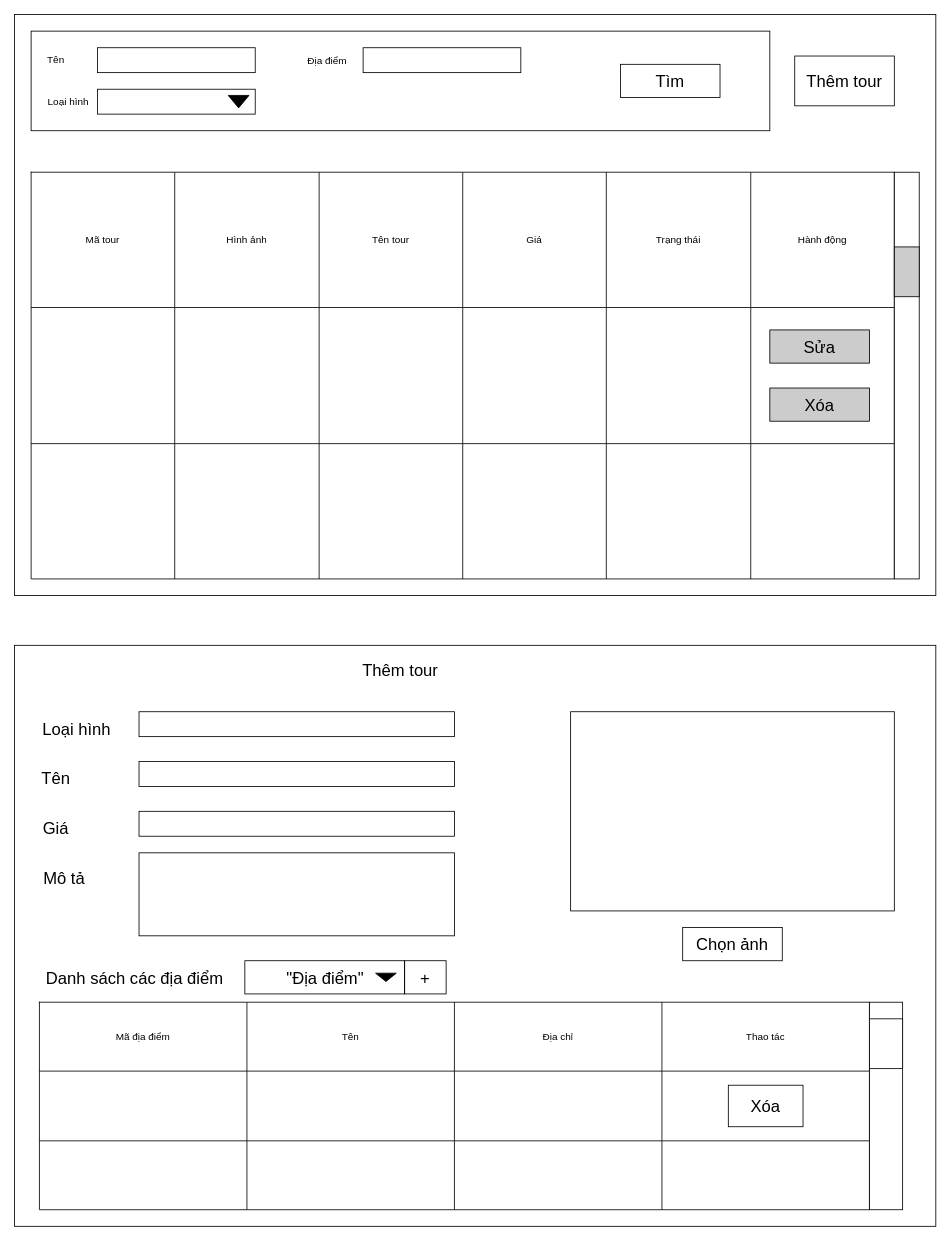
Earlier version of the draw.io diagram document/TourFramePrototype.drawio (baotran0212/tourism-application). Source tidied: cells renumbered, new cells numbered last; positions are measured from the earlier drawing's top-left corner, leaving out a move shared by most shapes. Both pictures are drawn from the tidied source at 83%, with x=0, y=0 at pixel (14, 14).
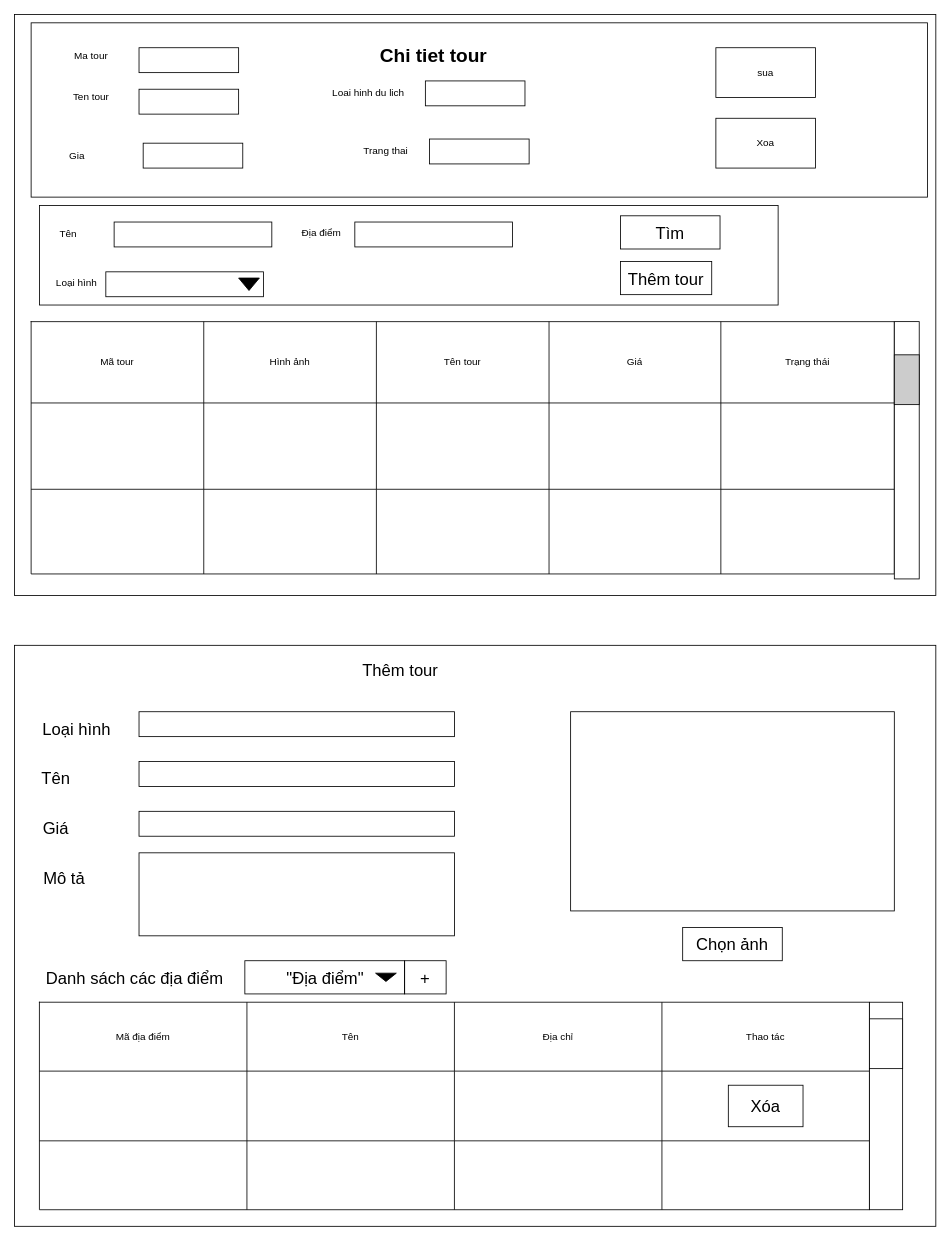
After the change.

Change to the diagram source:
```diff
@@
     <mxCell id="3" style="rounded=0;whiteSpace=wrap;html=1;" parent="1" vertex="1">
-      <mxGeometry x="20" y="20" width="890" height="120" as="geometry" />
+      <mxGeometry x="30" y="230" width="890" height="120" as="geometry" />
     </mxCell>
     <mxCell id="4" style="rounded=0;whiteSpace=wrap;html=1;" parent="1" vertex="1">
-      <mxGeometry x="100" y="40" width="190" height="30" as="geometry" />
+      <mxGeometry x="120" y="250" width="190" height="30" as="geometry" />
     </mxCell>
     <mxCell id="5" value="Tên" style="text;html=1;strokeColor=none;fillColor=none;align=center;verticalAlign=middle;whiteSpace=wrap;rounded=0;" parent="1" vertex="1">
-      <mxGeometry x="30" y="45" width="40" height="20" as="geometry" />
+      <mxGeometry x="45" y="255" width="40" height="20" as="geometry" />
     </mxCell>
     <mxCell id="6" style="rounded=0;whiteSpace=wrap;html=1;" parent="1" vertex="1">
-      <mxGeometry x="100" y="90" width="190" height="30" as="geometry" />
+      <mxGeometry x="110" y="310" width="190" height="30" as="geometry" />
     </mxCell>
     <mxCell id="7" value="Loại hình" style="text;html=1;strokeColor=none;fillColor=none;align=center;verticalAlign=middle;whiteSpace=wrap;rounded=0;" parent="1" vertex="1">
-      <mxGeometry x="20" y="95" width="90" height="20" as="geometry" />
+      <mxGeometry x="30" y="312.5" width="90" height="20" as="geometry" />
     </mxCell>
     <mxCell id="8" style="triangle;whiteSpace=wrap;html=1;rotation=90;fillColor=#000000;" parent="1" vertex="1">
-      <mxGeometry x="262.5" y="92.5" width="15" height="25" as="geometry" />
+      <mxGeometry x="275" y="312.5" width="15" height="25" as="geometry" />
     </mxCell>
     <mxCell id="9" value="Địa điểm" style="text;html=1;strokeColor=none;fillColor=none;align=center;verticalAlign=middle;whiteSpace=wrap;rounded=0;" parent="1" vertex="1">
-      <mxGeometry x="327" y="43" width="100" height="25" as="geometry" />
+      <mxGeometry x="320" y="250" width="100" height="25" as="geometry" />
     </mxCell>
     <mxCell id="10" style="rounded=0;whiteSpace=wrap;html=1;" parent="1" vertex="1">
-      <mxGeometry x="420" y="40" width="190" height="30" as="geometry" />
+      <mxGeometry x="410" y="250" width="190" height="30" as="geometry" />
     </mxCell>
     <mxCell id="11" value="Tìm" style="rounded=0;whiteSpace=wrap;html=1;fillColor=#FFFFFF;fontSize=20;" parent="1" vertex="1">
-      <mxGeometry x="730" y="60" width="120" height="40" as="geometry" />
+      <mxGeometry x="730" y="242.5" width="120" height="40" as="geometry" />
     </mxCell>
     <mxCell id="12" value="Thêm tour" style="rounded=0;whiteSpace=wrap;html=1;fillColor=#FFFFFF;fontSize=20;" parent="1" vertex="1">
-      <mxGeometry x="940" y="50" width="120" height="60" as="geometry" />
+      <mxGeometry x="730" y="297.5" width="110" height="40" as="geometry" />
     </mxCell>
     <mxCell id="13" style="shape=table;html=1;whiteSpace=wrap;startSize=0;childLayout=tableLayout;fillColor=#FFFFFF;fontSize=20;" parent="1" vertex="1">
-      <mxGeometry x="20" y="190" width="1040" height="490" as="geometry" />
+      <mxGeometry x="20" y="370" width="1040" height="304" as="geometry" />
     </mxCell>
     <mxCell id="14" style="shape=partialRectangle;html=1;whiteSpace=wrap;fillColor=none;top=0;left=0;bottom=0;right=0;" parent="13" vertex="1">
-      <mxGeometry width="1040" height="163" as="geometry" />
+      <mxGeometry width="1040" height="98" as="geometry" />
     </mxCell>
     <mxCell id="15" value="Mã tour" style="shape=partialRectangle;html=1;whiteSpace=wrap;fillColor=none;top=0;left=0;bottom=0;right=0;overflow=hidden;" parent="14" vertex="1">
-      <mxGeometry width="173" height="163" as="geometry" />
+      <mxGeometry width="208" height="98" as="geometry" />
     </mxCell>
     <mxCell id="16" value="Hình ảnh" style="shape=partialRectangle;html=1;whiteSpace=wrap;fillColor=none;top=0;left=0;bottom=0;right=0;overflow=hidden;" parent="14" vertex="1">
-      <mxGeometry x="173" width="174" height="163" as="geometry" />
+      <mxGeometry x="208" width="208" height="98" as="geometry" />
     </mxCell>
     <mxCell id="17" value="Tên tour" style="shape=partialRectangle;html=1;whiteSpace=wrap;fillColor=none;top=0;left=0;bottom=0;right=0;overflow=hidden;" parent="14" vertex="1">
-      <mxGeometry x="347" width="173" height="163" as="geometry" />
+      <mxGeometry x="416" width="208" height="98" as="geometry" />
     </mxCell>
     <mxCell id="18" value="Giá" style="shape=partialRectangle;html=1;whiteSpace=wrap;fillColor=none;top=0;left=0;bottom=0;right=0;overflow=hidden;" parent="14" vertex="1">
-      <mxGeometry x="520" width="173" height="163" as="geometry" />
+      <mxGeometry x="624" width="207" height="98" as="geometry" />
     </mxCell>
     <mxCell id="19" value="Trạng thái" style="shape=partialRectangle;html=1;whiteSpace=wrap;fillColor=none;top=0;left=0;bottom=0;right=0;overflow=hidden;" parent="14" vertex="1">
-      <mxGeometry x="693" width="174" height="163" as="geometry" />
+      <mxGeometry x="831" width="209" height="98" as="geometry" />
     </mxCell>
-    <mxCell id="20" value="Hành động" style="shape=partialRectangle;html=1;whiteSpace=wrap;fillColor=none;top=0;left=0;bottom=0;right=0;overflow=hidden;" parent="14" vertex="1">
-      <mxGeometry x="867" width="173" height="163" as="geometry" />
-    </mxCell>
     <mxCell id="21" style="shape=partialRectangle;html=1;whiteSpace=wrap;fillColor=none;top=0;left=0;bottom=0;right=0;" parent="13" vertex="1">
-      <mxGeometry y="163" width="1040" height="164" as="geometry" />
+      <mxGeometry y="98" width="1040" height="104" as="geometry" />
     </mxCell>
     <mxCell id="22" style="shape=partialRectangle;html=1;whiteSpace=wrap;fillColor=none;top=0;left=0;bottom=0;right=0;overflow=hidden;" parent="21" vertex="1">
-      <mxGeometry width="173" height="164" as="geometry" />
+      <mxGeometry width="208" height="104" as="geometry" />
     </mxCell>
     <mxCell id="23" style="shape=partialRectangle;html=1;whiteSpace=wrap;fillColor=none;top=0;left=0;bottom=0;right=0;overflow=hidden;" parent="21" vertex="1">
-      <mxGeometry x="173" width="174" height="164" as="geometry" />
+      <mxGeometry x="208" width="208" height="104" as="geometry" />
     </mxCell>
     <mxCell id="24" style="shape=partialRectangle;html=1;whiteSpace=wrap;fillColor=none;top=0;left=0;bottom=0;right=0;overflow=hidden;" parent="21" vertex="1">
-      <mxGeometry x="347" width="173" height="164" as="geometry" />
+      <mxGeometry x="416" width="208" height="104" as="geometry" />
     </mxCell>
     <mxCell id="25" style="shape=partialRectangle;html=1;whiteSpace=wrap;fillColor=none;top=0;left=0;bottom=0;right=0;overflow=hidden;" parent="21" vertex="1">
-      <mxGeometry x="520" width="173" height="164" as="geometry" />
+      <mxGeometry x="624" width="207" height="104" as="geometry" />
     </mxCell>
     <mxCell id="26" style="shape=partialRectangle;html=1;whiteSpace=wrap;fillColor=none;top=0;left=0;bottom=0;right=0;overflow=hidden;" parent="21" vertex="1">
-      <mxGeometry x="693" width="174" height="164" as="geometry" />
+      <mxGeometry x="831" width="209" height="104" as="geometry" />
     </mxCell>
-    <mxCell id="27" style="shape=partialRectangle;html=1;whiteSpace=wrap;fillColor=none;top=0;left=0;bottom=0;right=0;overflow=hidden;" parent="21" vertex="1">
-      <mxGeometry x="867" width="173" height="164" as="geometry" />
-    </mxCell>
     <mxCell id="28" style="shape=partialRectangle;html=1;whiteSpace=wrap;fillColor=none;top=0;left=0;bottom=0;right=0;" parent="13" vertex="1">
-      <mxGeometry y="327" width="1040" height="163" as="geometry" />
+      <mxGeometry y="202" width="1040" height="102" as="geometry" />
     </mxCell>
     <mxCell id="29" style="shape=partialRectangle;html=1;whiteSpace=wrap;fillColor=none;top=0;left=0;bottom=0;right=0;overflow=hidden;" parent="28" vertex="1">
-      <mxGeometry width="173" height="163" as="geometry" />
+      <mxGeometry width="208" height="102" as="geometry" />
     </mxCell>
     <mxCell id="30" style="shape=partialRectangle;html=1;whiteSpace=wrap;fillColor=none;top=0;left=0;bottom=0;right=0;overflow=hidden;" parent="28" vertex="1">
-      <mxGeometry x="173" width="174" height="163" as="geometry" />
+      <mxGeometry x="208" width="208" height="102" as="geometry" />
     </mxCell>
     <mxCell id="31" style="shape=partialRectangle;html=1;whiteSpace=wrap;fillColor=none;top=0;left=0;bottom=0;right=0;overflow=hidden;" parent="28" vertex="1">
-      <mxGeometry x="347" width="173" height="163" as="geometry" />
+      <mxGeometry x="416" width="208" height="102" as="geometry" />
     </mxCell>
     <mxCell id="32" style="shape=partialRectangle;html=1;whiteSpace=wrap;fillColor=none;top=0;left=0;bottom=0;right=0;overflow=hidden;" parent="28" vertex="1">
-      <mxGeometry x="520" width="173" height="163" as="geometry" />
+      <mxGeometry x="624" width="207" height="102" as="geometry" />
     </mxCell>
     <mxCell id="33" style="shape=partialRectangle;html=1;whiteSpace=wrap;fillColor=none;top=0;left=0;bottom=0;right=0;overflow=hidden;" parent="28" vertex="1">
-      <mxGeometry x="693" width="174" height="163" as="geometry" />
+      <mxGeometry x="831" width="209" height="102" as="geometry" />
     </mxCell>
-    <mxCell id="34" style="shape=partialRectangle;html=1;whiteSpace=wrap;fillColor=none;top=0;left=0;bottom=0;right=0;overflow=hidden;" parent="28" vertex="1">
-      <mxGeometry x="867" width="173" height="163" as="geometry" />
-    </mxCell>
     <mxCell id="35" style="rounded=0;whiteSpace=wrap;html=1;fillColor=#FFFFFF;fontSize=20;" parent="1" vertex="1">
-      <mxGeometry x="1060" y="190" width="30" height="490" as="geometry" />
+      <mxGeometry x="1060" y="370" width="30" height="310" as="geometry" />
     </mxCell>
     <mxCell id="36" style="rounded=0;whiteSpace=wrap;html=1;fontSize=20;fillColor=#CCCCCC;" parent="1" vertex="1">
-      <mxGeometry x="1060" y="280" width="30" height="60" as="geometry" />
+      <mxGeometry x="1060" y="410" width="30" height="60" as="geometry" />
     </mxCell>
-    <mxCell id="37" value="Sửa" style="rounded=0;whiteSpace=wrap;html=1;fillColor=#CCCCCC;fontSize=20;" parent="1" vertex="1">
-      <mxGeometry x="910" y="380" width="120" height="40" as="geometry" />
-    </mxCell>
-    <mxCell id="38" value="Xóa" style="rounded=0;whiteSpace=wrap;html=1;fillColor=#CCCCCC;fontSize=20;" parent="1" vertex="1">
-      <mxGeometry x="910" y="450" width="120" height="40" as="geometry" />
-    </mxCell>
@@
+    <mxCell id="74" style="rounded=0;whiteSpace=wrap;html=1;" parent="1" vertex="1">
+      <mxGeometry x="20" y="10" width="1080" height="210" as="geometry" />
+    </mxCell>
+    <mxCell id="75" value="Ma tour" style="text;html=1;strokeColor=none;fillColor=none;align=center;verticalAlign=middle;whiteSpace=wrap;rounded=0;" parent="1" vertex="1">
+      <mxGeometry x="55" y="40" width="75" height="20" as="geometry" />
+    </mxCell>
+    <mxCell id="76" value="Ten tour" style="text;html=1;strokeColor=none;fillColor=none;align=center;verticalAlign=middle;whiteSpace=wrap;rounded=0;" parent="1" vertex="1">
+      <mxGeometry x="55" y="90" width="75" height="20" as="geometry" />
+    </mxCell>
+    <mxCell id="77" value="Gia" style="text;html=1;strokeColor=none;fillColor=none;align=center;verticalAlign=middle;whiteSpace=wrap;rounded=0;" parent="1" vertex="1">
+      <mxGeometry x="37.5" y="160" width="75" height="20" as="geometry" />
+    </mxCell>
+    <mxCell id="78" value="Trang thai" style="text;html=1;strokeColor=none;fillColor=none;align=center;verticalAlign=middle;whiteSpace=wrap;rounded=0;" parent="1" vertex="1">
+      <mxGeometry x="410" y="155" width="75" height="20" as="geometry" />
+    </mxCell>
+    <mxCell id="79" value="Loai hinh du lich" style="text;html=1;strokeColor=none;fillColor=none;align=center;verticalAlign=middle;whiteSpace=wrap;rounded=0;" parent="1" vertex="1">
+      <mxGeometry x="351.5" y="85" width="148.5" height="20" as="geometry" />
+    </mxCell>
+    <mxCell id="80" value="sua" style="rounded=0;whiteSpace=wrap;html=1;" parent="1" vertex="1">
+      <mxGeometry x="845" y="40" width="120" height="60" as="geometry" />
+    </mxCell>
+    <mxCell id="81" value="Xoa" style="rounded=0;whiteSpace=wrap;html=1;" parent="1" vertex="1">
+      <mxGeometry x="845" y="125" width="120" height="60" as="geometry" />
+    </mxCell>
+    <mxCell id="82" style="rounded=0;whiteSpace=wrap;html=1;" parent="1" vertex="1">
+      <mxGeometry x="150" y="40" width="120" height="30" as="geometry" />
+    </mxCell>
+    <mxCell id="83" style="rounded=0;whiteSpace=wrap;html=1;" parent="1" vertex="1">
+      <mxGeometry x="150" y="90" width="120" height="30" as="geometry" />
+    </mxCell>
+    <mxCell id="84" style="rounded=0;whiteSpace=wrap;html=1;" parent="1" vertex="1">
+      <mxGeometry x="155" y="155" width="120" height="30" as="geometry" />
+    </mxCell>
+    <mxCell id="85" style="rounded=0;whiteSpace=wrap;html=1;" parent="1" vertex="1">
+      <mxGeometry x="495" y="80" width="120" height="30" as="geometry" />
+    </mxCell>
+    <mxCell id="86" style="rounded=0;whiteSpace=wrap;html=1;" parent="1" vertex="1">
+      <mxGeometry x="500" y="150" width="120" height="30" as="geometry" />
+    </mxCell>
+    <mxCell id="87" value="Chi tiet tour" style="text;html=1;strokeColor=none;fillColor=none;align=center;verticalAlign=middle;whiteSpace=wrap;rounded=0;fontStyle=1;fontSize=23;" parent="1" vertex="1">
+      <mxGeometry x="380" y="30" width="250" height="40" as="geometry" />
+    </mxCell>
```
